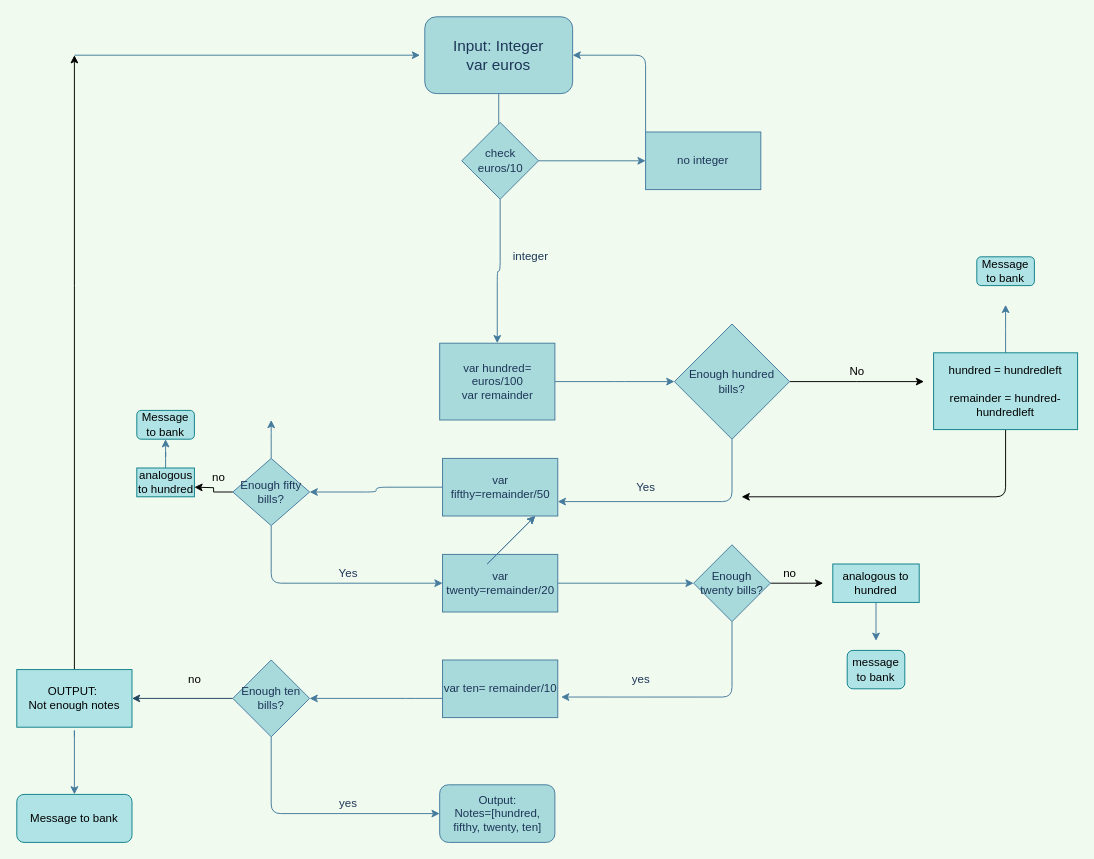
The draw.io diagram intermediate2.drawio in Eikaron/FE21-Algorithms-DAY1-AronMichael, before the edit. Source tidied: cells renumbered, new cells numbered last; positions are measured from the earlier drawing's top-left corner, leaving out a move shared by most shapes. Both pictures are drawn from the tidied source at 96%, with x=0, y=0 at pixel (16, 16).
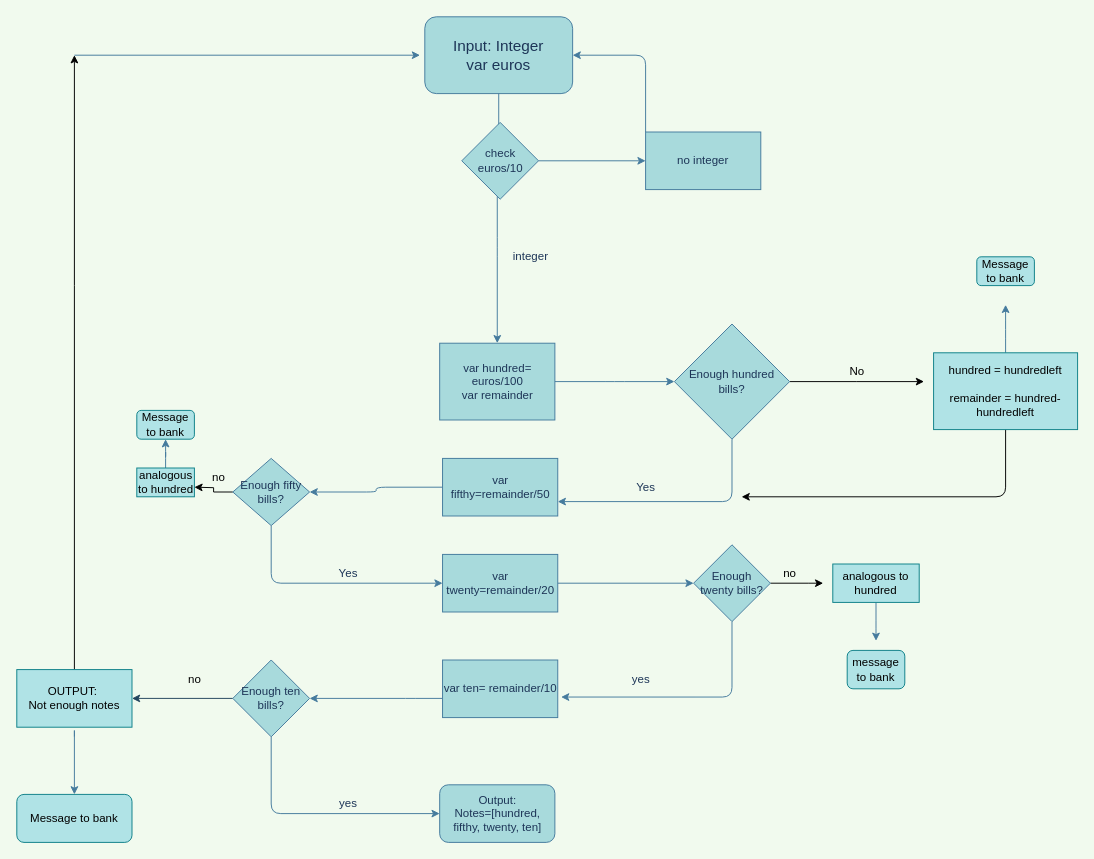
The same diagram, later.

The change refers to these unchanged cells:
```xml
<mxCell id="5" value="var hundred= euros/100&lt;br&gt;var remainder" style="rounded=0;whiteSpace=wrap;html=1;sketch=0;fontColor=#1D3557;strokeColor=#457B9D;fillColor=#A8DADC;" parent="1" vertex="1">
  <mxGeometry x="440.5" y="340" width="120" height="80" as="geometry" />
</mxCell>
<mxCell id="14" value="check euros/10" style="rhombus;whiteSpace=wrap;html=1;rounded=0;sketch=0;fontColor=#1D3557;strokeColor=#457B9D;fillColor=#A8DADC;" parent="1" vertex="1">
  <mxGeometry x="463.5" y="110" width="80" height="80" as="geometry" />
</mxCell>
<mxCell id="26" value="Enough fifty bills?" style="rhombus;whiteSpace=wrap;html=1;rounded=0;sketch=0;fontColor=#1D3557;strokeColor=#457B9D;fillColor=#A8DADC;" parent="1" vertex="1">
  <mxGeometry x="225" y="460" width="80" height="70" as="geometry" />
</mxCell>
```

What changed in the source:
```diff
@@
     <mxCell id="13" style="edgeStyle=orthogonalEdgeStyle;curved=0;rounded=1;sketch=0;jettySize=auto;html=1;entryX=0.5;entryY=0;entryDx=0;entryDy=0;fontColor=#1D3557;strokeColor=#457B9D;fillColor=#A8DADC;" parent="1" edge="1" source="14" target="5">
-      <mxGeometry relative="1" as="geometry" />
+      <mxGeometry relative="1" as="geometry">
+        <Array as="points">
+          <mxPoint x="501" y="240" />
+        </Array>
+      </mxGeometry>
     </mxCell>
@@
-    <mxCell id="25" style="edgeStyle=orthogonalEdgeStyle;rounded=1;sketch=0;jettySize=auto;html=1;fontColor=#1D3557;strokeColor=#457B9D;fillColor=#A8DADC;" parent="1" edge="1" source="26">
-      <mxGeometry relative="1" as="geometry">
-        <mxPoint x="265" y="420" as="targetPoint" />
-      </mxGeometry>
-    </mxCell>
@@
-    <mxCell id="50" style="endArrow=classic;html=1;fontColor=#1D3557;strokeColor=#457B9D;fillColor=#A8DADC;" parent="1" edge="1">
-      <mxGeometry relative="1" as="geometry">
-        <mxPoint x="490" y="570" as="sourcePoint" />
-        <mxPoint x="540" y="520" as="targetPoint" />
-      </mxGeometry>
-    </mxCell>
-    <mxCell id="51" style="endArrow=classic;html=1;fontColor=#1D3557;strokeColor=#457B9D;fillColor=#A8DADC;" parent="1" edge="1">
-      <mxGeometry relative="1" as="geometry">
-        <mxPoint x="490" y="570" as="sourcePoint" />
-        <mxPoint x="540" y="520" as="targetPoint" />
-      </mxGeometry>
-    </mxCell>
```
